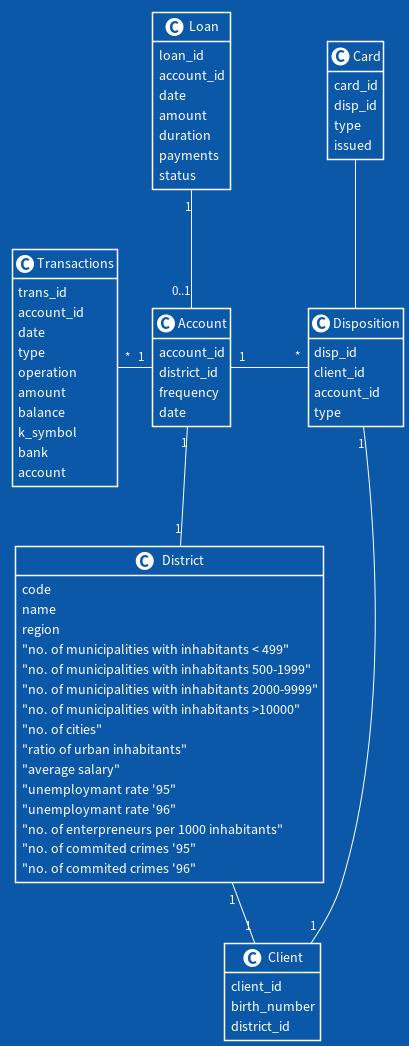
Above: docs/uml.png in JoaoCostaIFG/AC (PlantUML), before the change.
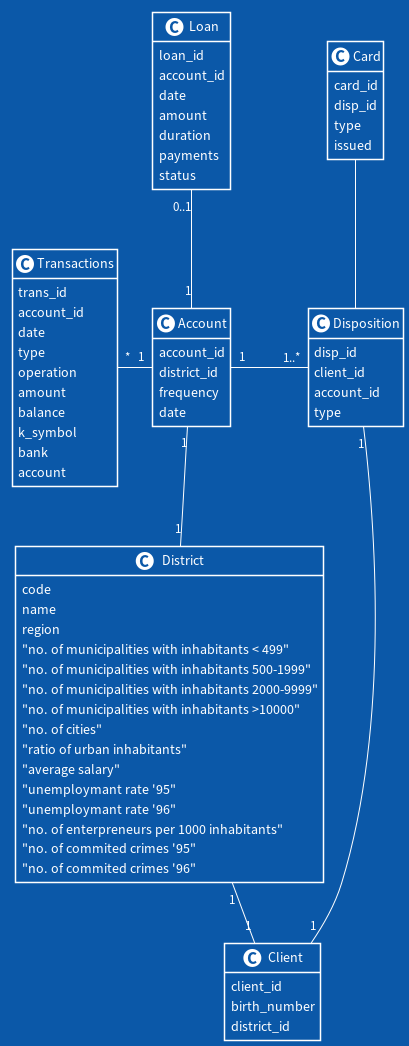
Later version of the same file.

The edit, as a diff of the source:
```diff
@@ -72,13 +72,13 @@
   account
 }
 
-Loan "1" -down- "0..1" Account
+Loan "0..1" -down- "1" Account
 Transactions "*" -right- "1" Account
 
 District "1" -- "1" Client
 Disposition "1" -- "1" Client
 Account "1" -down- "1" District
-Account "1" -right- "*" Disposition
+Account "1" -right- "1..*" Disposition
 
 Disposition -up- Card
 
```
